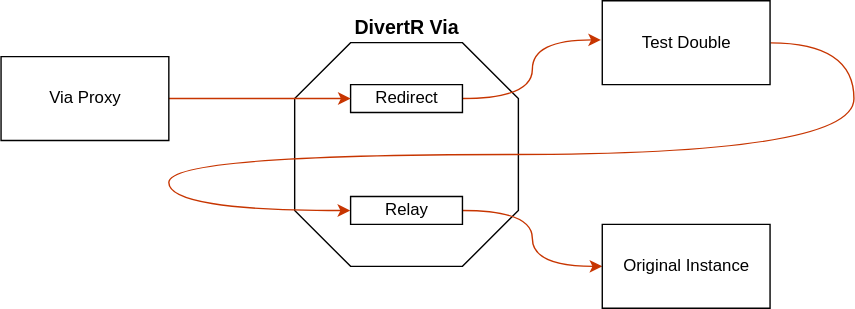
Before: docs/assets/images/DivertR_Via.svg, a diagram exported from draw.io (devodo/DivertR). Source tidied: cells renumbered, new cells last; positions are measured from the earlier drawing's top-left corner, leaving out a move shared by most shapes.
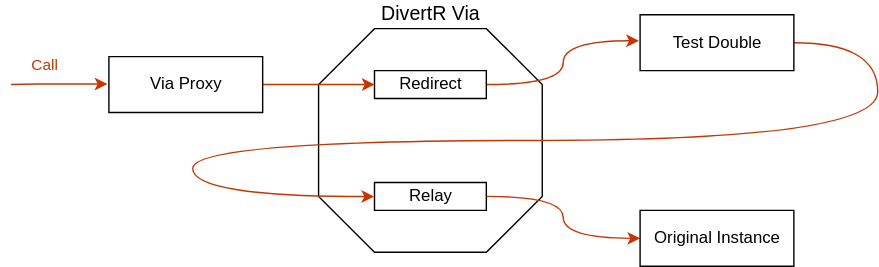
After the commit.

The edit, as a diff of the source:
```diff
@@ -2,7 +2,7 @@
   <root>
     <mxCell id="0" />
     <mxCell id="1" parent="0" />
-    <mxCell id="2" value="DivertR Via" style="verticalLabelPosition=top;verticalAlign=bottom;html=1;shape=mxgraph.basic.polygon;polyCoords=[[0.25,0],[0.75,0],[1,0.25],[1,0.75],[0.75,1],[0.25,1],[0,0.75],[0,0.25]];polyline=0;fontSize=14;fontStyle=1;labelPosition=center;align=center;" parent="1" vertex="1">
+    <mxCell id="2" value="DivertR Via" style="verticalLabelPosition=top;verticalAlign=bottom;html=1;shape=mxgraph.basic.polygon;polyCoords=[[0.25,0],[0.75,0],[1,0.25],[1,0.75],[0.75,1],[0.25,1],[0,0.75],[0,0.25]];polyline=0;fontSize=14;fontStyle=0;labelPosition=center;align=center;" parent="1" vertex="1">
       <mxGeometry x="210" y="30" width="160" height="160" as="geometry" />
     </mxCell>
     <mxCell id="3" style="edgeStyle=orthogonalEdgeStyle;jettySize=auto;html=1;fontSize=12;fillColor=#fa6800;strokeColor=#C73500;curved=1;" parent="1" edge="1" source="4" target="11">
@@ -17,16 +17,28 @@
     <mxCell id="6" value="Redirect" style="verticalLabelPosition=middle;verticalAlign=middle;html=1;shape=mxgraph.basic.rect;fillColor2=none;strokeWidth=1;size=20;indent=5;fontSize=12;labelPosition=center;align=center;" parent="1" vertex="1">
       <mxGeometry x="250" y="60" width="80" height="20" as="geometry" />
     </mxCell>
-    <mxCell id="7" style="edgeStyle=orthogonalEdgeStyle;rounded=0;jettySize=auto;html=1;fontSize=12;fillColor=#fa6800;strokeColor=#C73500;" parent="1" edge="1" source="8" target="6">
+    <mxCell id="7" style="edgeStyle=orthogonalEdgeStyle;jettySize=auto;html=1;fontSize=12;fillColor=#fa6800;strokeColor=#C73500;curved=1;" parent="1" edge="1" source="8" target="6">
       <mxGeometry relative="1" as="geometry" />
     </mxCell>
+    <mxCell id="12" style="edgeStyle=orthogonalEdgeStyle;jettySize=auto;html=1;endArrow=none;endFill=0;startArrow=classic;startFill=1;exitX=-0.01;exitY=0.49;exitDx=0;exitDy=0;exitPerimeter=0;strokeColor=#C73500;rounded=0;" parent="1" edge="1" source="8">
+      <mxGeometry relative="1" as="geometry">
+        <mxPoint x="-10" y="70" as="targetPoint" />
+        <Array as="points">
+          <mxPoint x="10" y="70" />
+          <mxPoint x="10" y="70" />
+        </Array>
+      </mxGeometry>
+    </mxCell>
+    <mxCell id="13" value="Call" style="edgeLabel;html=1;align=center;verticalAlign=middle;fontColor=#C73500;fontStyle=0;" parent="12" vertex="1">
+      <mxGeometry x="0.31" y="-14" relative="1" as="geometry" />
+    </mxCell>
     <mxCell id="8" value="Via Proxy" style="verticalLabelPosition=middle;verticalAlign=middle;html=1;shape=mxgraph.basic.rect;fillColor2=none;strokeWidth=1;size=20;indent=5;fontSize=12;labelPosition=center;align=center;" parent="1" vertex="1">
-      <mxGeometry y="40" width="120" height="60" as="geometry" />
+      <mxGeometry x="60" y="50" width="110" height="40" as="geometry" />
     </mxCell>
     <mxCell id="9" style="edgeStyle=orthogonalEdgeStyle;jettySize=auto;html=1;fontSize=12;fillColor=#fa6800;strokeColor=#C73500;curved=1;exitX=1.003;exitY=0.503;exitDx=0;exitDy=0;exitPerimeter=0;entryX=-0.004;entryY=0.504;entryDx=0;entryDy=0;entryPerimeter=0;" parent="1" edge="1" source="10" target="4">
       <mxGeometry relative="1" as="geometry">
         <Array as="points">
-          <mxPoint x="610" y="30" />
+          <mxPoint x="610" y="40" />
           <mxPoint x="610" y="110" />
           <mxPoint x="120" y="110" />
           <mxPoint x="120" y="150" />
@@ -34,10 +46,10 @@
       </mxGeometry>
     </mxCell>
     <mxCell id="10" value="Test Double" style="verticalLabelPosition=middle;verticalAlign=middle;html=1;shape=mxgraph.basic.rect;fillColor2=none;strokeWidth=1;size=20;indent=5;fontSize=12;labelPosition=center;align=center;" parent="1" vertex="1">
-      <mxGeometry x="430" width="120" height="60" as="geometry" />
+      <mxGeometry x="440" y="20" width="110" height="40" as="geometry" />
     </mxCell>
     <mxCell id="11" value="Original Instance" style="verticalLabelPosition=middle;verticalAlign=middle;html=1;shape=mxgraph.basic.rect;fillColor2=none;strokeWidth=1;size=20;indent=5;fontSize=12;labelPosition=center;align=center;" parent="1" vertex="1">
-      <mxGeometry x="430" y="160" width="120" height="60" as="geometry" />
+      <mxGeometry x="440" y="160" width="110" height="40" as="geometry" />
     </mxCell>
   </root>
 </mxGraphModel>
```
